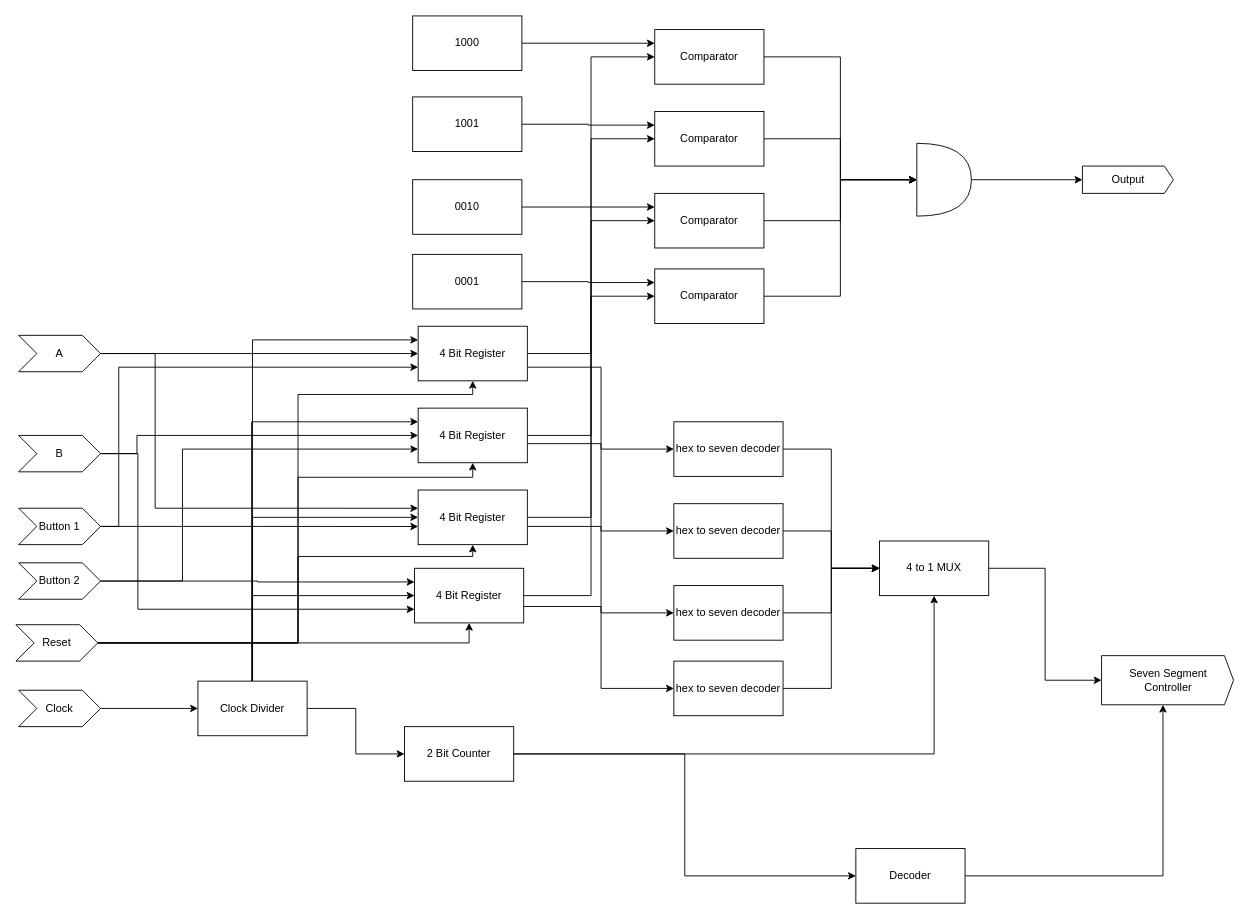
The draw.io diagram prac2.drawio in peter-tr/csse4010, before the edit. Source tidied: cells renumbered, new cells numbered last; positions are measured from the earlier drawing's top-left corner, leaving out a move shared by most shapes. Both pictures are drawn from the tidied source at 91%, with x=0, y=0 at pixel (15, 15).
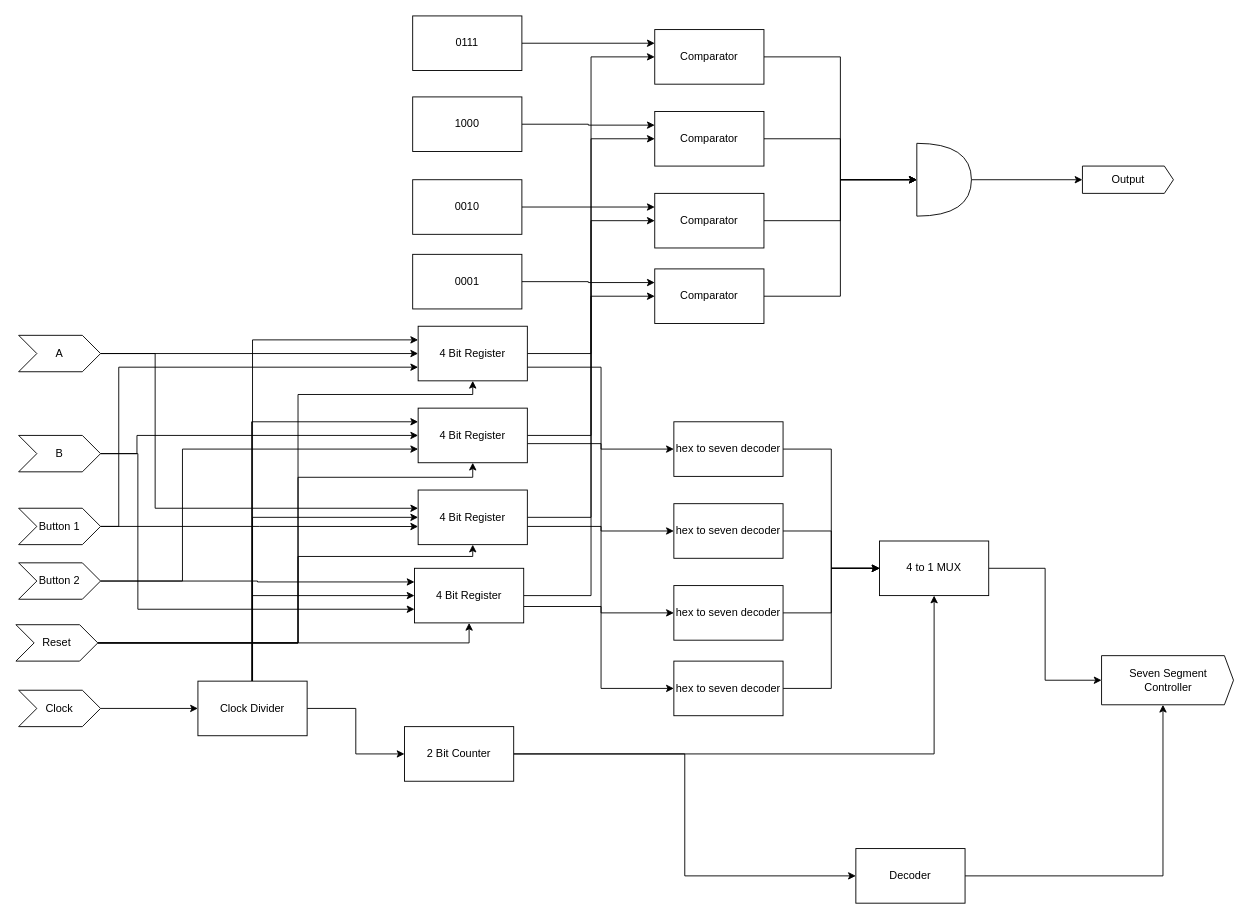
The same page after the edit.

What changed in the source:
```diff
@@
-    <mxCell id="65" value="1000" style="rounded=0;whiteSpace=wrap;html=1;" parent="1" vertex="1">
+    <mxCell id="65" value="0111" style="rounded=0;whiteSpace=wrap;html=1;" parent="1" vertex="1">
       <mxGeometry x="436" width="120" height="60" as="geometry" />
     </mxCell>
@@
-    <mxCell id="67" value="1001" style="rounded=0;whiteSpace=wrap;html=1;" parent="1" vertex="1">
+    <mxCell id="67" value="1000" style="rounded=0;whiteSpace=wrap;html=1;" parent="1" vertex="1">
       <mxGeometry x="436" y="89" width="120" height="60" as="geometry" />
     </mxCell>
```
